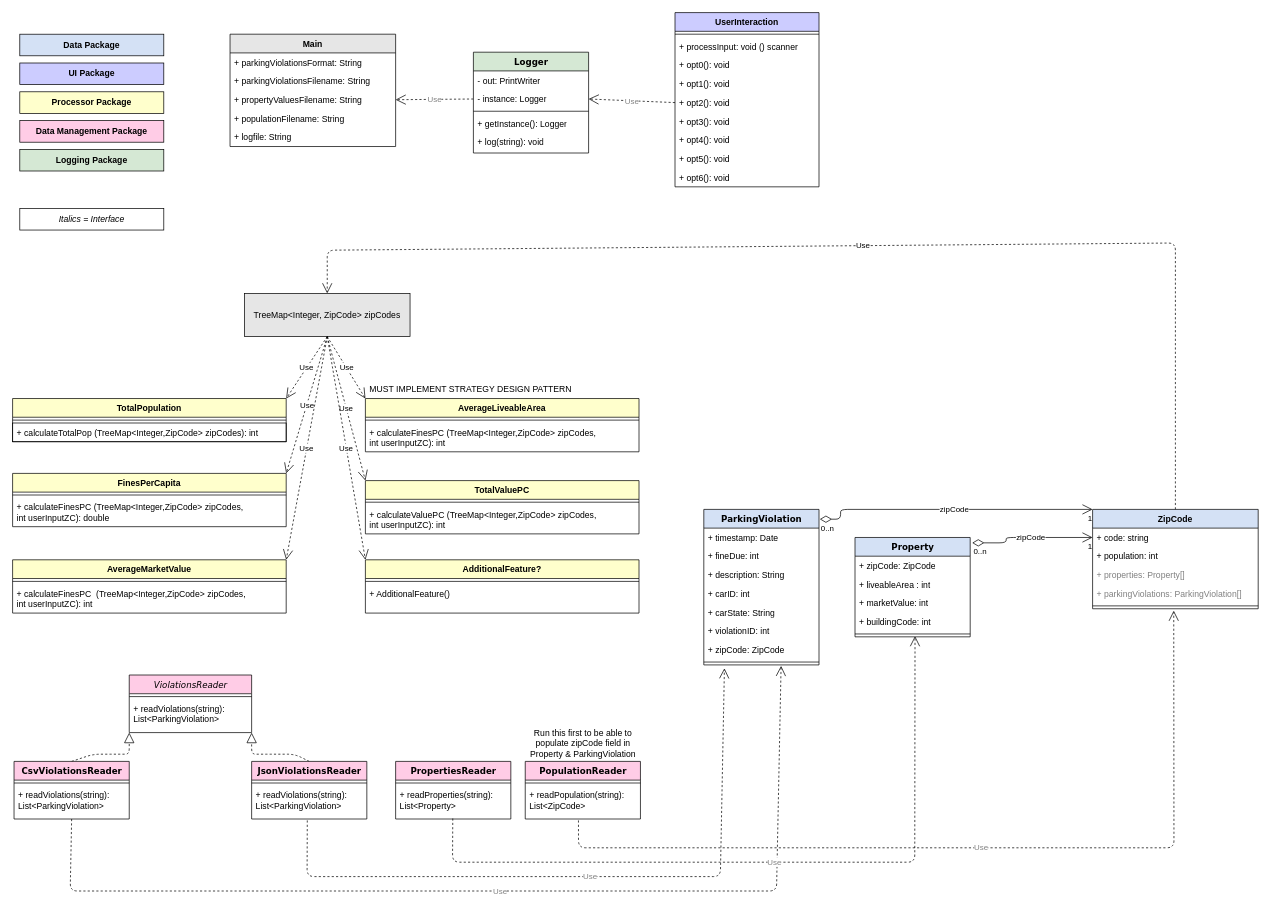
Before: Untitled Diagram.drawio in federicca/594_groupproject, a draw.io diagram. Source tidied: cells renumbered, new cells numbered last; positions are measured from the earlier drawing's top-left corner, leaving out a move shared by most shapes. Both pictures are drawn from the tidied source at 72%, with x=0, y=0 at pixel (12, 12).
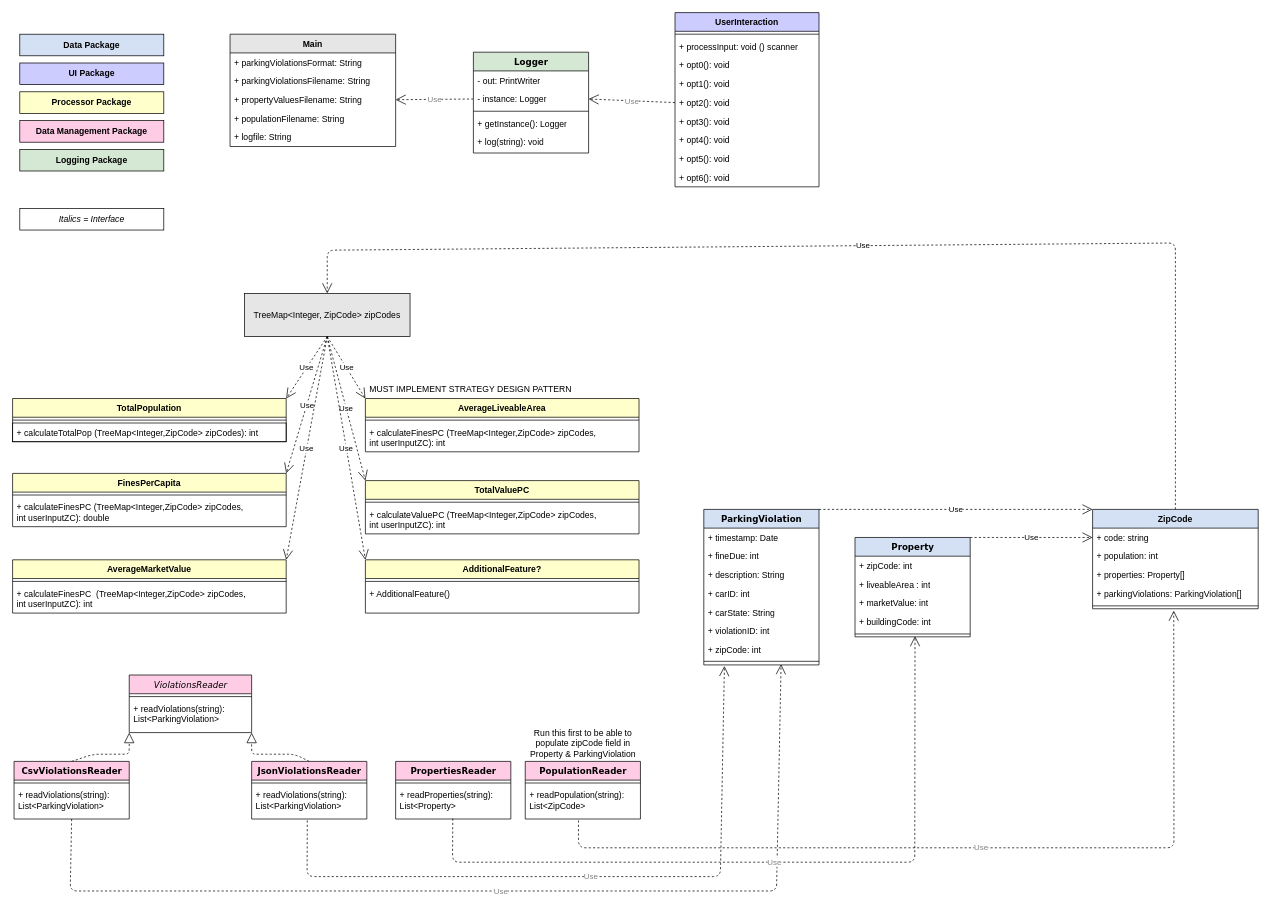
The same diagram, later.

Commit message:
reverted data class back

Unchanged cells that the change refers to:
```xml
<mxCell id="62" value="ParkingViolation" style="swimlane;html=1;fontStyle=1;align=center;verticalAlign=top;horizontal=1;startSize=26;swimlaneFillColor=#ffffff;rounded=0;shadow=0;comic=0;labelBackgroundColor=none;strokeWidth=1;fillColor=#D4E1F5;fontFamily=Verdana;fontSize=12;" parent="1" vertex="1">
  <mxGeometry x="960" y="690" width="160" height="216" as="geometry" />
</mxCell>
<mxCell id="71" value="Property" style="swimlane;html=1;fontStyle=1;align=center;verticalAlign=top;horizontal=1;startSize=26;swimlaneFillColor=#ffffff;rounded=0;shadow=0;comic=0;labelBackgroundColor=none;strokeWidth=1;fillColor=#D4E1F5;fontFamily=Verdana;fontSize=12;" parent="1" vertex="1">
  <mxGeometry x="1170" y="729" width="160" height="138" as="geometry" />
</mxCell>
<mxCell id="77" value="ZipCode" style="swimlane;fontStyle=1;align=center;verticalAlign=top;horizontal=1;startSize=26;fillColor=#D4E1F5;" parent="1" vertex="1">
  <mxGeometry x="1500" y="690" width="230" height="138" as="geometry" />
</mxCell>
<mxCell id="78" value="+ code: string" style="text;strokeColor=none;fillColor=none;align=left;verticalAlign=top;spacingLeft=4;spacingRight=4;overflow=hidden;points=[[0,0.5],[1,0.5]];portConstraint=eastwest;" parent="77" vertex="1">
  <mxGeometry y="26" width="230" height="26" as="geometry" />
</mxCell>
```

Diff of the diagram source:
```diff
@@
-    <mxCell id="19" value="zipCode" style="endArrow=open;html=1;endSize=12;startArrow=diamondThin;startSize=14;startFill=0;edgeStyle=orthogonalEdgeStyle;entryX=0;entryY=0;entryDx=0;entryDy=0;exitX=1.007;exitY=0.063;exitDx=0;exitDy=0;exitPerimeter=0;" parent="1" edge="1" source="62" target="77">
-      <mxGeometry x="0.02" relative="1" as="geometry">
-        <Array as="points">
-          <mxPoint x="1150" y="704" />
-          <mxPoint x="1150" y="690" />
-        </Array>
-      </mxGeometry>
-    </mxCell>
-    <mxCell id="20" value="0..n" style="edgeLabel;html=1;align=left;verticalAlign=top;" parent="19" vertex="1">
-      <mxGeometry x="-1" relative="1" as="geometry" />
-    </mxCell>
-    <mxCell id="21" value="1" style="edgeLabel;html=1;align=right;verticalAlign=top;" parent="19" vertex="1">
-      <mxGeometry x="1" relative="1" as="geometry" />
-    </mxCell>
-    <mxCell id="22" value="zipCode" style="endArrow=open;html=1;endSize=12;startArrow=diamondThin;startSize=14;startFill=0;edgeStyle=orthogonalEdgeStyle;entryX=0;entryY=0.5;entryDx=0;entryDy=0;exitX=1.017;exitY=0.054;exitDx=0;exitDy=0;exitPerimeter=0;" parent="1" edge="1" source="71" target="78">
-      <mxGeometry x="0.02" relative="1" as="geometry">
-        <Array as="points">
-          <mxPoint x="1380" y="737" />
-          <mxPoint x="1380" y="729" />
-        </Array>
-      </mxGeometry>
-    </mxCell>
-    <mxCell id="23" value="0..n" style="edgeLabel;html=1;align=left;verticalAlign=top;" parent="22" vertex="1">
-      <mxGeometry x="-1" relative="1" as="geometry" />
-    </mxCell>
-    <mxCell id="24" value="1" style="edgeLabel;html=1;align=right;verticalAlign=top;" parent="22" vertex="1">
-      <mxGeometry x="1" relative="1" as="geometry" />
-    </mxCell>
@@
-    <mxCell id="69" value="+ zipCode: ZipCode" style="text;html=1;strokeColor=none;fillColor=none;align=left;verticalAlign=top;spacingLeft=4;spacingRight=4;whiteSpace=wrap;overflow=hidden;" parent="62" vertex="1">
+    <mxCell id="69" value="+ zipCode: int" style="text;html=1;strokeColor=none;fillColor=none;align=left;verticalAlign=top;spacingLeft=4;spacingRight=4;whiteSpace=wrap;overflow=hidden;" parent="62" vertex="1">
       <mxGeometry y="182" width="160" height="26" as="geometry" />
     </mxCell>
     <mxCell id="70" style="line;html=1;strokeWidth=1;fillColor=none;align=left;verticalAlign=middle;spacingTop=-1;spacingLeft=3;spacingRight=3;labelPosition=right;points=[];portConstraint=eastwest;" parent="62" vertex="1">
-      <mxGeometry y="208" width="160" height="8" as="geometry" />
+      <mxGeometry y="208" width="160" height="6" as="geometry" />
     </mxCell>
@@
-    <mxCell id="72" value="+ zipCode: ZipCode" style="text;html=1;strokeColor=none;fillColor=none;align=left;verticalAlign=top;spacingLeft=4;spacingRight=4;whiteSpace=wrap;overflow=hidden;" parent="71" vertex="1">
+    <mxCell id="72" value="+ zipCode: int" style="text;html=1;strokeColor=none;fillColor=none;align=left;verticalAlign=top;spacingLeft=4;spacingRight=4;whiteSpace=wrap;overflow=hidden;" parent="71" vertex="1">
       <mxGeometry y="26" width="160" height="26" as="geometry" />
     </mxCell>
@@
-    <mxCell id="80" value="+ properties: Property[]" style="text;strokeColor=none;fillColor=none;align=left;verticalAlign=top;spacingLeft=4;spacingRight=4;overflow=hidden;fontColor=#808080;" parent="77" vertex="1">
+    <mxCell id="80" value="+ properties: Property[]" style="text;strokeColor=none;fillColor=none;align=left;verticalAlign=top;spacingLeft=4;spacingRight=4;overflow=hidden;" parent="77" vertex="1">
       <mxGeometry y="78" width="230" height="26" as="geometry" />
     </mxCell>
-    <mxCell id="81" value="+ parkingViolations: ParkingViolation[]" style="text;strokeColor=none;fillColor=none;align=left;verticalAlign=top;spacingLeft=4;spacingRight=4;overflow=hidden;fontColor=#808080;" parent="77" vertex="1">
+    <mxCell id="81" value="+ parkingViolations: ParkingViolation[]" style="text;strokeColor=none;fillColor=none;align=left;verticalAlign=top;spacingLeft=4;spacingRight=4;overflow=hidden;" parent="77" vertex="1">
       <mxGeometry y="104" width="230" height="26" as="geometry" />
     </mxCell>
@@
+    <mxCell id="19" value="Use" style="endArrow=open;endSize=12;dashed=1;html=1;fontColor=#000000;exitX=1;exitY=0;exitDx=0;exitDy=0;entryX=0;entryY=0;entryDx=0;entryDy=0;" parent="1" edge="1" source="62" target="77">
+      <mxGeometry relative="1" as="geometry" />
+    </mxCell>
+    <mxCell id="22" value="Use" style="endArrow=open;endSize=12;dashed=1;html=1;fontColor=#000000;exitX=1;exitY=0;exitDx=0;exitDy=0;entryX=0;entryY=0.5;entryDx=0;entryDy=0;" parent="1" edge="1" source="71" target="78">
+      <mxGeometry relative="1" as="geometry" />
+    </mxCell>
```
